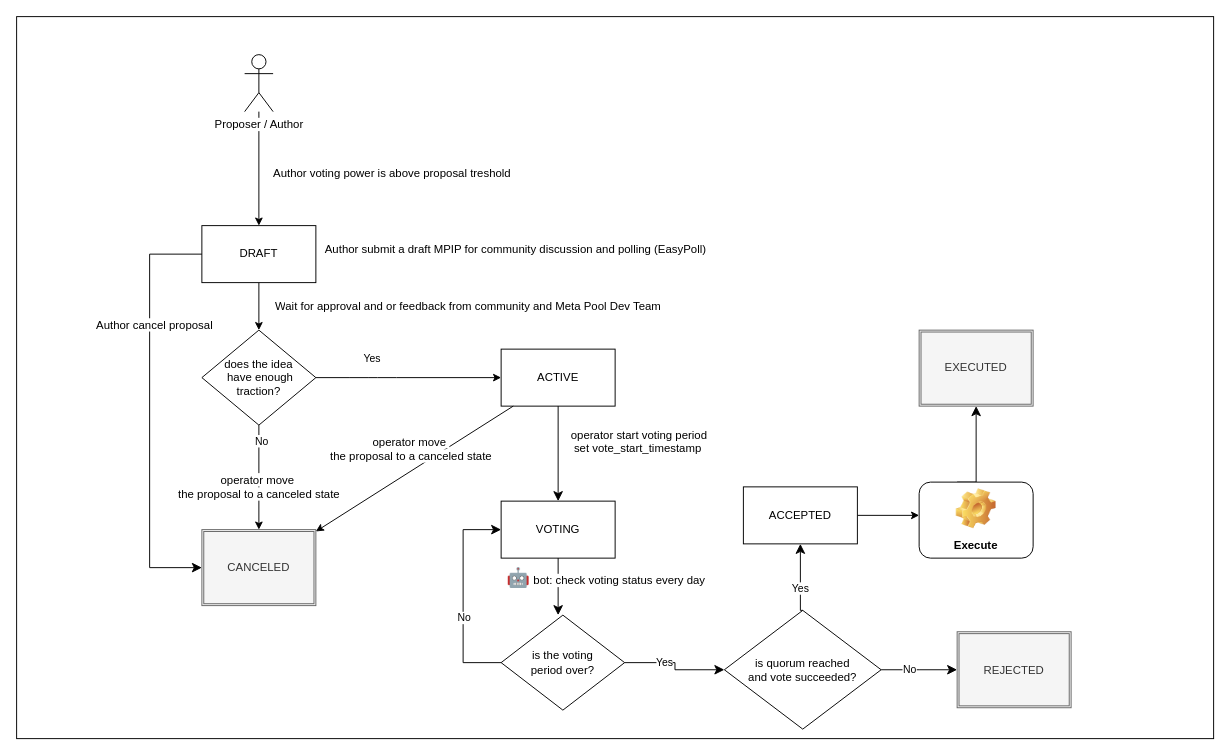
This is media/mpip-process.drawio from Meta-Pool/meta-vote-contracts, a draw.io file, before an edit. Source tidied: cells renumbered, new cells numbered last; positions are measured from the earlier drawing's top-left corner, leaving out a move shared by most shapes. Both pictures are drawn from the tidied source at 95%, with x=0, y=0 at pixel (16, 16).
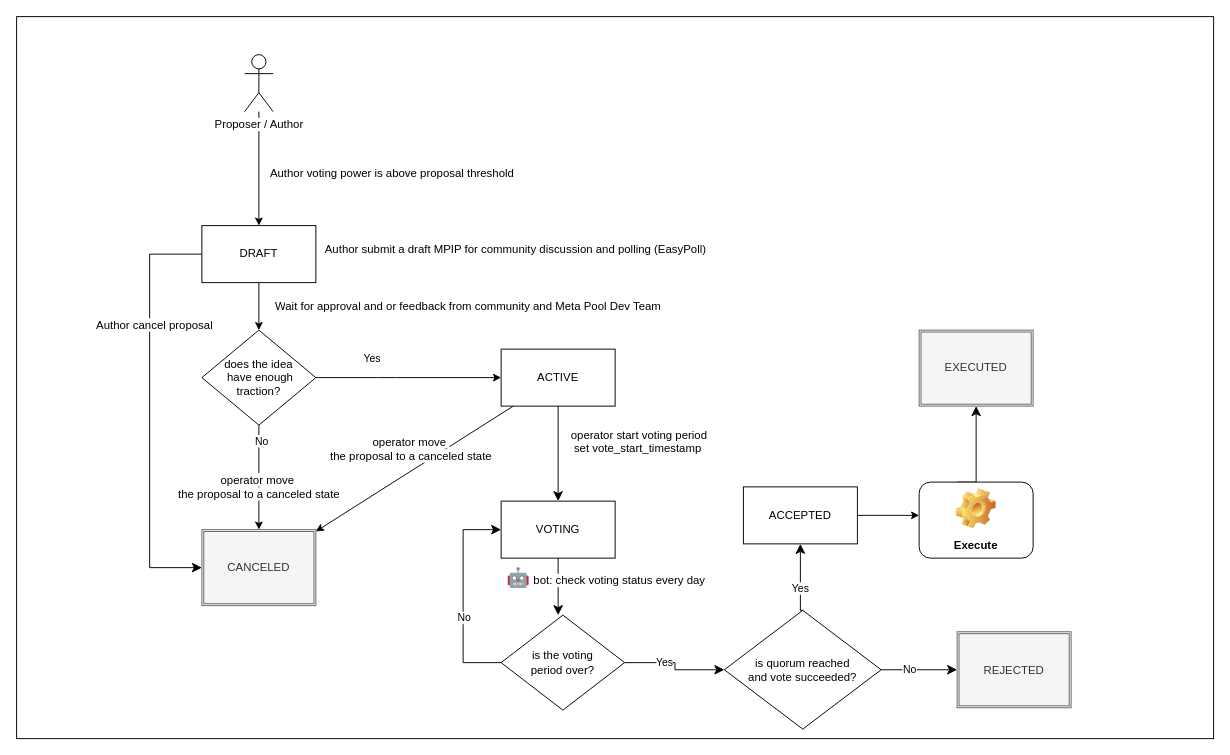
The same diagram, later.

The edit, as a diff of the source:
```diff
@@
-    <mxCell id="41" value="&lt;font color=&quot;#000000&quot; style=&quot;background-color: rgb(255 , 255 , 255)&quot;&gt;Author voting power is above proposal treshold&lt;br&gt;&lt;/font&gt;" style="text;html=1;align=center;verticalAlign=middle;fillColor=none;strokeColor=none;rounded=0;" parent="1" vertex="1">
+    <mxCell id="41" value="&lt;font color=&quot;#000000&quot; style=&quot;background-color: rgb(255 , 255 , 255)&quot;&gt;Author voting power is above proposal threshold&lt;br&gt;&lt;/font&gt;" style="text;html=1;align=center;verticalAlign=middle;fillColor=none;strokeColor=none;rounded=0;" parent="1" vertex="1">
       <mxGeometry x="260" y="150" width="270" height="30" as="geometry" />
     </mxCell>
```
